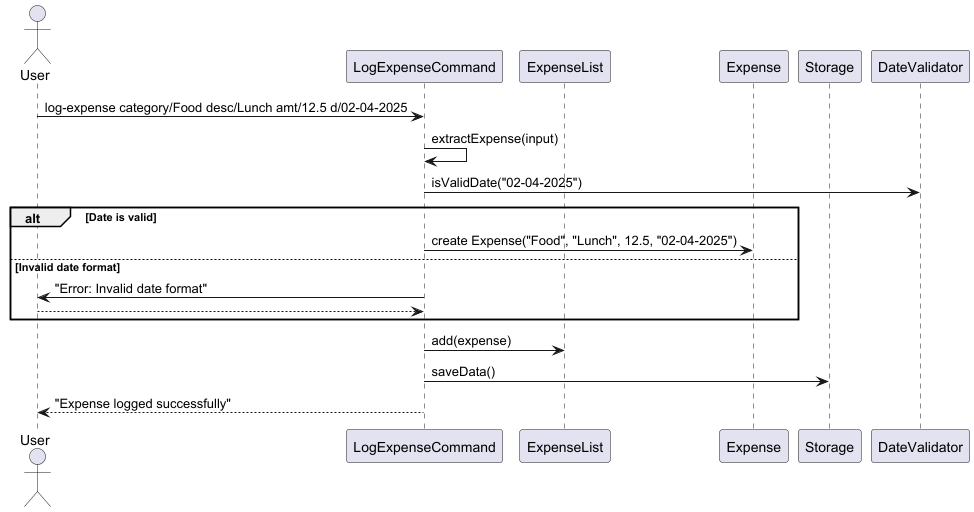
Before: docs/diagrams/log_expense_command_sequence_diagram.png, a diagram exported from PlantUML (thienkimtranhoang/tp). The source it was exported from:
```plantuml
@startuml

actor User
participant "LogExpenseCommand" as LogCmd
participant "ExpenseList" as ExpenseList
participant "Expense" as Expense
participant "Storage" as Storage
participant "DateValidator" as DateValidator

User -> LogCmd: log-expense category/Food desc/Lunch amt/12.5 d/02-04-2025

LogCmd -> LogCmd: extractExpense(input)
LogCmd -> DateValidator: isValidDate("02-04-2025")

alt Date is valid
    LogCmd -> Expense: create Expense("Food", "Lunch", 12.5, "02-04-2025")
else Invalid date format
    LogCmd -> User: "Error: Invalid date format"
    return
end

LogCmd -> ExpenseList: add(expense)
LogCmd -> Storage: saveData()

User <-- LogCmd: "Expense logged successfully"

@enduml
```
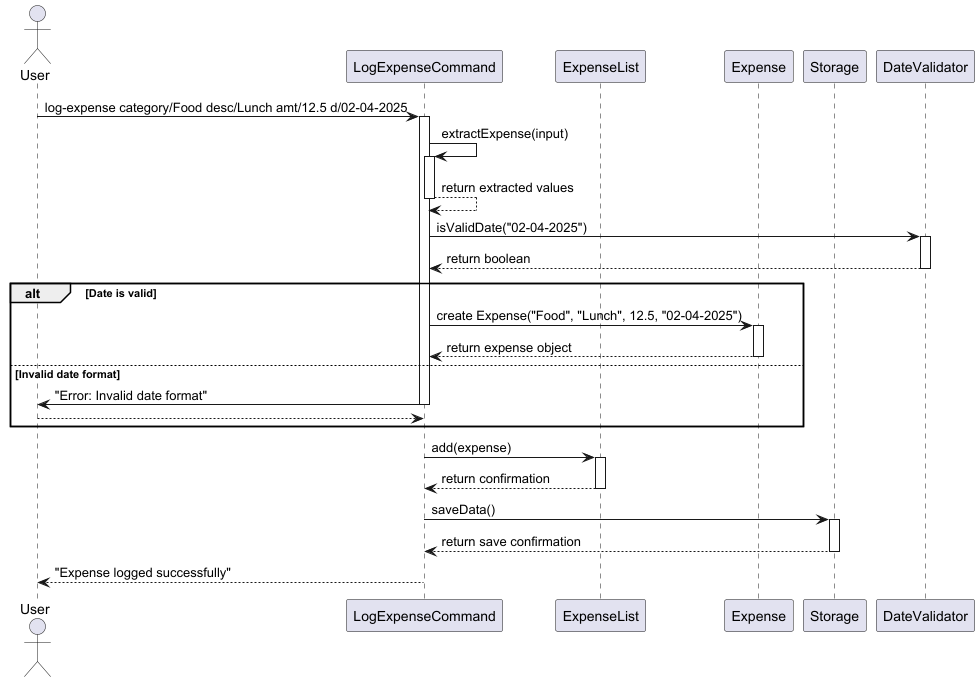
After the change.

Commit message:
fix delete-expense bugs

What changed in the source:
```diff
@@ -1,27 +1,47 @@
 @startuml
 
-actor User
-participant "LogExpenseCommand" as LogCmd
-participant "ExpenseList" as ExpenseList
-participant "Expense" as Expense
-participant "Storage" as Storage
-participant "DateValidator" as DateValidator
+ actor User
+ participant "LogExpenseCommand" as LogCmd
+ participant "ExpenseList" as ExpenseList
+ participant "Expense" as Expense
+ participant "Storage" as Storage
+ participant "DateValidator" as DateValidator
 
-User -> LogCmd: log-expense category/Food desc/Lunch amt/12.5 d/02-04-2025
+ User -> LogCmd: log-expense category/Food desc/Lunch amt/12.5 d/02-04-2025
+ activate LogCmd
 
-LogCmd -> LogCmd: extractExpense(input)
-LogCmd -> DateValidator: isValidDate("02-04-2025")
+ LogCmd -> LogCmd: extractExpense(input)
+ activate LogCmd
+ LogCmd --> LogCmd: return extracted values
+ deactivate LogCmd
 
-alt Date is valid
-    LogCmd -> Expense: create Expense("Food", "Lunch", 12.5, "02-04-2025")
-else Invalid date format
-    LogCmd -> User: "Error: Invalid date format"
-    return
-end
+ LogCmd -> DateValidator: isValidDate("02-04-2025")
+ activate DateValidator
+ DateValidator --> LogCmd: return boolean
+ deactivate DateValidator
 
-LogCmd -> ExpenseList: add(expense)
-LogCmd -> Storage: saveData()
+ alt Date is valid
+     LogCmd -> Expense: create Expense("Food", "Lunch", 12.5, "02-04-2025")
+     activate Expense
+     Expense --> LogCmd: return expense object
+     deactivate Expense
+ else Invalid date format
+     LogCmd -> User: "Error: Invalid date format"
+     deactivate LogCmd
+     return
+ end
 
-User <-- LogCmd: "Expense logged successfully"
+ LogCmd -> ExpenseList: add(expense)
+ activate ExpenseList
+ ExpenseList --> LogCmd: return confirmation
+ deactivate ExpenseList
 
-@enduml
+ LogCmd -> Storage: saveData()
+ activate Storage
+ Storage --> LogCmd: return save confirmation
+ deactivate Storage
+
+ User <-- LogCmd: "Expense logged successfully"
+ deactivate LogCmd
+
+ @enduml
```
